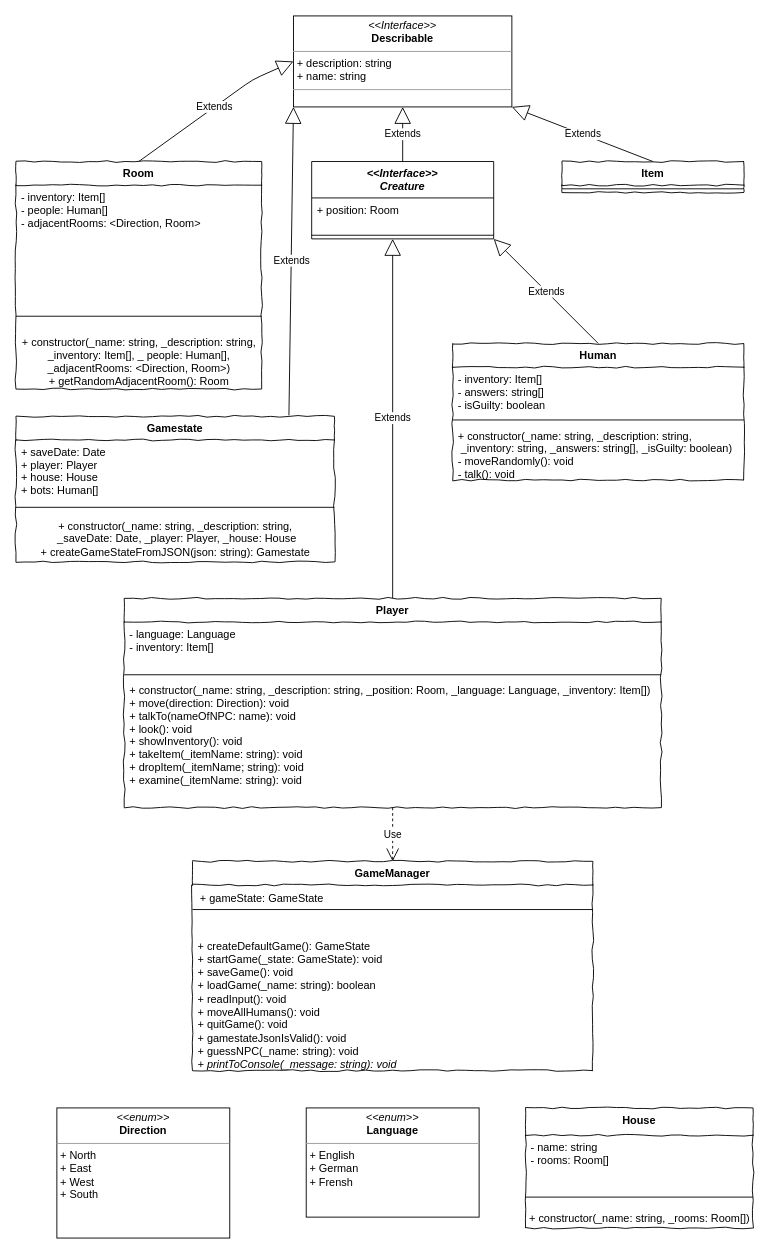
Before: page "Classes" (1 of 6) of concept/classes.drawio in AljoshaVieth/SoftwareDesignTextAdventure, a draw.io diagram. Source tidied: cells renumbered, new cells numbered last; positions are measured from the earlier drawing's top-left corner, leaving out a move shared by most shapes. Both pictures are drawn from the tidied source at 91%, with x=0, y=0 at pixel (15, 15).
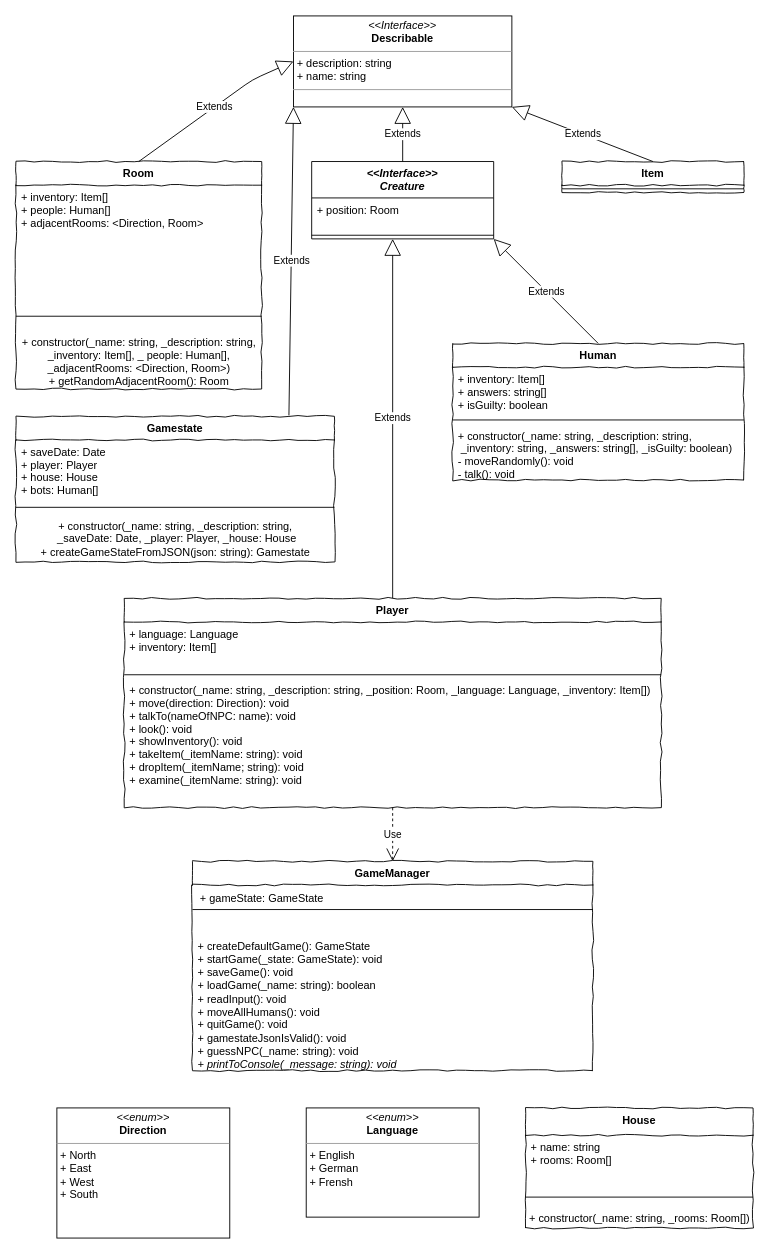
Above is the later version.

The change refers to these unchanged cells:
```xml
<mxCell id="2" value="Human" style="swimlane;fontStyle=1;align=center;verticalAlign=top;horizontal=1;startSize=26;rounded=0;shadow=0;comic=1;strokeWidth=1;" parent="1" vertex="1">
  <mxGeometry x="480" y="360" width="320" height="150" as="geometry" />
</mxCell>
<mxCell id="8" value="Room" style="swimlane;fontStyle=1;align=center;verticalAlign=top;horizontal=1;startSize=26;rounded=0;shadow=0;comic=1;strokeWidth=1;" parent="1" vertex="1">
  <mxGeometry y="160" width="270" height="250" as="geometry" />
</mxCell>
<mxCell id="26" value="Player" style="swimlane;fontStyle=1;align=center;verticalAlign=top;horizontal=1;startSize=26;rounded=0;shadow=0;comic=1;strokeWidth=1;" parent="1" vertex="1">
  <mxGeometry x="119" y="640" width="590" height="230" as="geometry" />
</mxCell>
<mxCell id="36" value="House" style="swimlane;fontStyle=1;align=center;verticalAlign=top;horizontal=1;startSize=30;rounded=0;shadow=0;comic=1;strokeWidth=1;" parent="1" vertex="1">
  <mxGeometry x="560" y="1200" width="250" height="132" as="geometry" />
</mxCell>
```

Change to the diagram source:
```diff
@@
-    <mxCell id="3" value="- inventory: Item[]&#10;- answers: string[]&#10;- isGuilty: boolean" style="text;strokeColor=none;fillColor=none;align=left;verticalAlign=top;spacingLeft=4;spacingRight=4;overflow=hidden;" parent="2" vertex="1">
+    <mxCell id="3" value="+ inventory: Item[]&#10;+ answers: string[]&#10;+ isGuilty: boolean" style="text;strokeColor=none;fillColor=none;align=left;verticalAlign=top;spacingLeft=4;spacingRight=4;overflow=hidden;" parent="2" vertex="1">
       <mxGeometry y="26" width="320" height="54" as="geometry" />
     </mxCell>
@@
-    <mxCell id="9" value="- inventory: Item[]&#10;- people: Human[]&#10;- adjacentRooms: &lt;Direction, Room&gt;" style="text;strokeColor=none;fillColor=none;align=left;verticalAlign=top;spacingLeft=4;spacingRight=4;overflow=hidden;" parent="8" vertex="1">
+    <mxCell id="9" value="+ inventory: Item[]&#10;+ people: Human[]&#10;+ adjacentRooms: &lt;Direction, Room&gt;" style="text;strokeColor=none;fillColor=none;align=left;verticalAlign=top;spacingLeft=4;spacingRight=4;overflow=hidden;" parent="8" vertex="1">
       <mxGeometry y="26" width="270" height="124" as="geometry" />
     </mxCell>
@@
-    <mxCell id="27" value="- language: Language&#10;- inventory: Item[]" style="text;strokeColor=none;fillColor=none;align=left;verticalAlign=top;spacingLeft=4;spacingRight=4;overflow=hidden;" parent="26" vertex="1">
+    <mxCell id="27" value="+ language: Language&#10;+ inventory: Item[]" style="text;strokeColor=none;fillColor=none;align=left;verticalAlign=top;spacingLeft=4;spacingRight=4;overflow=hidden;" parent="26" vertex="1">
       <mxGeometry y="26" width="590" height="54" as="geometry" />
     </mxCell>
@@
-    <mxCell id="37" value="- name: string&#10;- rooms: Room[]" style="text;strokeColor=none;fillColor=none;align=left;verticalAlign=top;spacingLeft=4;spacingRight=4;overflow=hidden;" parent="36" vertex="1">
+    <mxCell id="37" value="+ name: string&#10;+ rooms: Room[]" style="text;strokeColor=none;fillColor=none;align=left;verticalAlign=top;spacingLeft=4;spacingRight=4;overflow=hidden;" parent="36" vertex="1">
       <mxGeometry y="30" width="250" height="54" as="geometry" />
     </mxCell>
```
